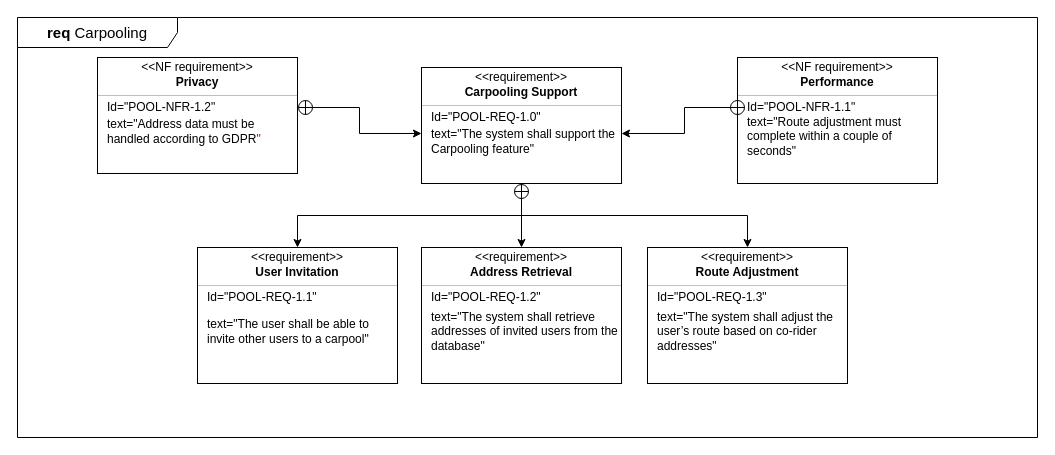
Above: Diagrams/Requirement/Félix/Carpooling_requirement.drawio in luislamy/msp (draw.io), before the change. Source tidied: cells renumbered, new cells numbered last; positions are measured from the earlier drawing's top-left corner, leaving out a move shared by most shapes. Both pictures are drawn from the tidied source at 100%, with x=0, y=0 at pixel (17, 17).
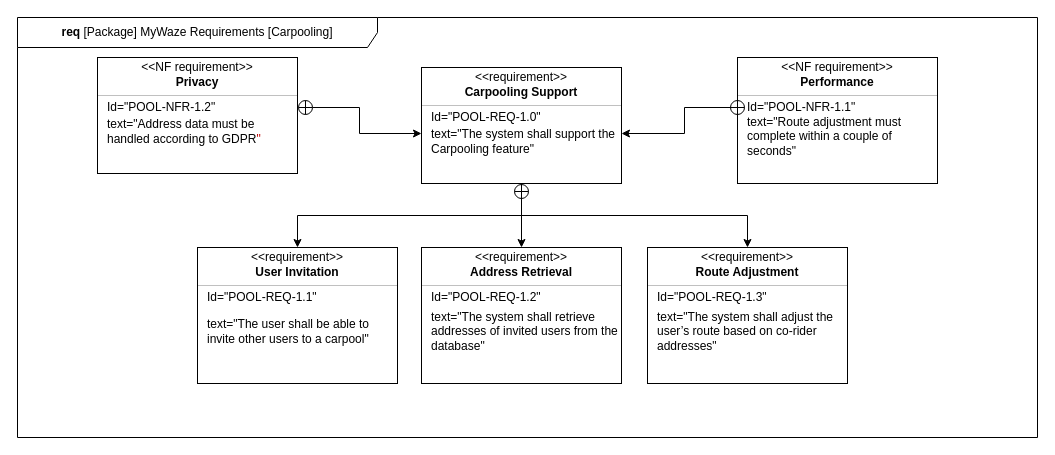
The same page after the edit.

The edit, as a diff of the source:
```diff
@@
-    <mxCell id="2" value="&lt;font style=&quot;font-size: 15px;&quot;&gt;&lt;b style=&quot;&quot;&gt;req &lt;/b&gt;Carpooling&lt;/font&gt;" style="shape=umlFrame;whiteSpace=wrap;html=1;width=160;" parent="1" vertex="1">
+    <mxCell id="2" value="&lt;b&gt;req&amp;nbsp;&lt;/b&gt;[Package] MyWaze Requirements [Carpooling&lt;span style=&quot;background-color: transparent; color: light-dark(rgb(0, 0, 0), rgb(255, 255, 255));&quot;&gt;]&lt;/span&gt;" style="shape=umlFrame;whiteSpace=wrap;html=1;width=360;height=30;" parent="1" vertex="1">
       <mxGeometry width="1020" height="420" as="geometry" />
     </mxCell>
```
